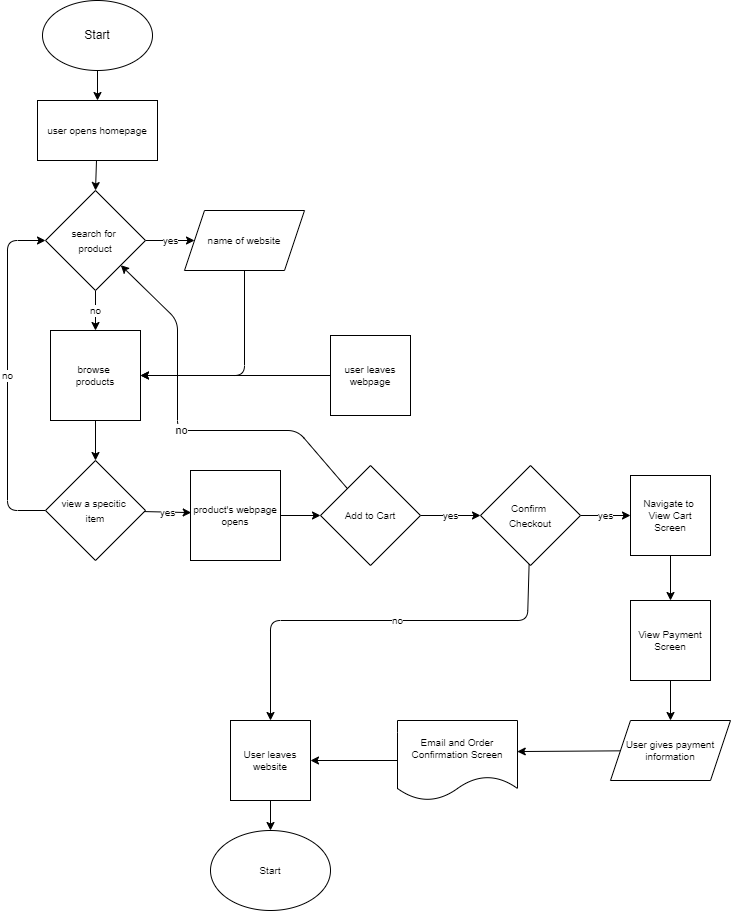
This is explore/diagramming/diagram.drawio.png from will-loves-coding82/fa22-cse110-lab4, a draw.io export, as it was before one commit. Source tidied: cells renumbered, new cells last; positions are measured from the earlier drawing's top-left corner, leaving out a move shared by most shapes.
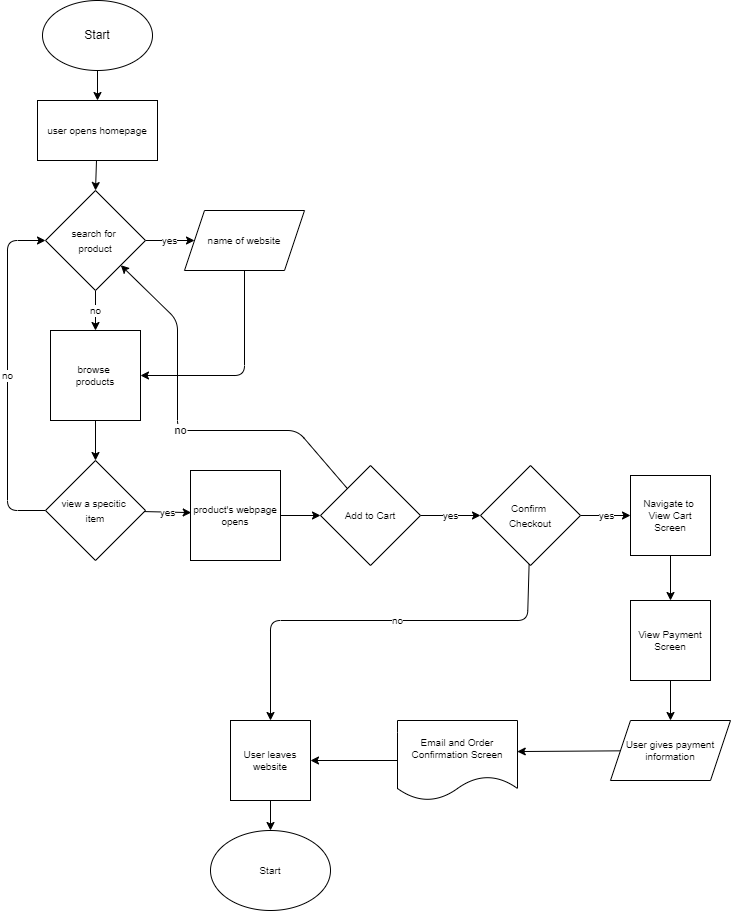
Later version of the same file.

Commit message:
had to remove an element in diagram

What changed in the source:
```diff
@@ -76,12 +76,6 @@
     <mxCell id="20" value="&lt;font style=&quot;font-size: 10px&quot;&gt;Add to Cart&lt;br&gt;&lt;/font&gt;" style="rhombus;whiteSpace=wrap;html=1;align=center;" parent="1" vertex="1">
       <mxGeometry x="313" y="465" width="100" height="100" as="geometry" />
     </mxCell>
-    <mxCell id="21" style="edgeStyle=none;html=1;fontSize=10;" parent="1" edge="1" source="22" target="12">
-      <mxGeometry relative="1" as="geometry" />
-    </mxCell>
-    <mxCell id="22" value="user leaves&lt;br&gt;webpage" style="whiteSpace=wrap;html=1;fontSize=10;" parent="1" vertex="1">
-      <mxGeometry x="323" y="335" width="80" height="80" as="geometry" />
-    </mxCell>
     <mxCell id="23" style="edgeStyle=none;html=1;fontSize=10;" parent="1" edge="1" source="24" target="26">
       <mxGeometry relative="1" as="geometry" />
     </mxCell>
```
